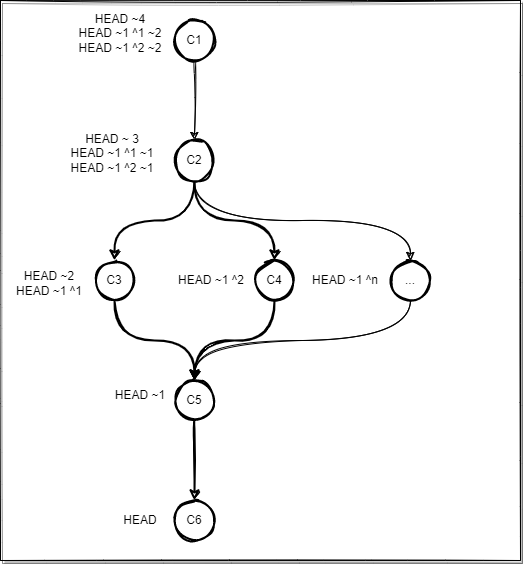
Above: Assets/images/git-selectors.drawio.png in braboj/tutorial-git (draw.io), before the change. Source tidied: cells renumbered, new cells last; positions are measured from the earlier drawing's top-left corner, leaving out a move shared by most shapes.
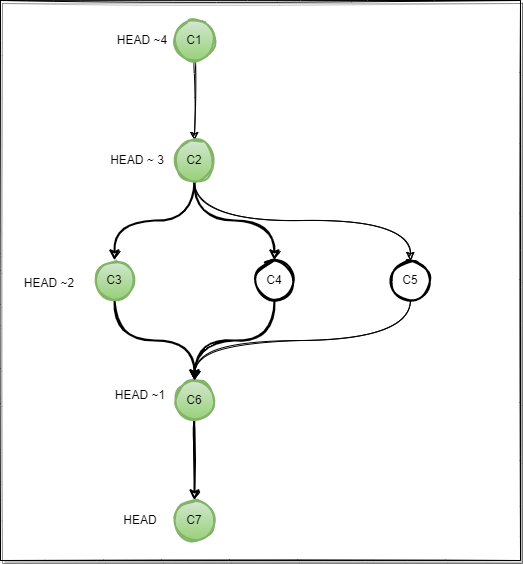
Above is the later version.

Change to the diagram source:
```diff
@@ -17,13 +17,13 @@
     <mxCell id="6" style="edgeStyle=orthogonalEdgeStyle;jettySize=auto;html=1;entryX=0.5;entryY=0;entryDx=0;entryDy=0;exitX=0.5;exitY=1;exitDx=0;exitDy=0;sketch=1;curved=1;" parent="1" edge="1" source="7" target="23">
       <mxGeometry relative="1" as="geometry" />
     </mxCell>
-    <mxCell id="7" value="C2" style="ellipse;whiteSpace=wrap;html=1;strokeWidth=2;shadow=0;sketch=1;" parent="1" vertex="1">
+    <mxCell id="7" value="C2" style="ellipse;whiteSpace=wrap;html=1;strokeWidth=2;shadow=0;sketch=1;fillColor=#d5e8d4;gradientColor=#97d077;strokeColor=#82b366;" parent="1" vertex="1">
       <mxGeometry x="174" y="140" width="40" height="40" as="geometry" />
     </mxCell>
     <mxCell id="8" style="edgeStyle=orthogonalEdgeStyle;jettySize=auto;html=1;exitX=0.5;exitY=1;exitDx=0;exitDy=0;strokeWidth=2;sketch=1;curved=1;" parent="1" edge="1" source="9" target="13">
       <mxGeometry relative="1" as="geometry" />
     </mxCell>
-    <mxCell id="9" value="C3" style="ellipse;whiteSpace=wrap;html=1;strokeWidth=2;sketch=1;" parent="1" vertex="1">
+    <mxCell id="9" value="C3" style="ellipse;whiteSpace=wrap;html=1;strokeWidth=2;sketch=1;fillColor=#d5e8d4;gradientColor=#97d077;strokeColor=#82b366;" parent="1" vertex="1">
       <mxGeometry x="94" y="260" width="40" height="40" as="geometry" />
     </mxCell>
     <mxCell id="10" style="edgeStyle=orthogonalEdgeStyle;jettySize=auto;html=1;exitX=0.5;exitY=1;exitDx=0;exitDy=0;strokeWidth=2;sketch=1;curved=1;" parent="1" edge="1" source="11">
@@ -37,13 +37,13 @@
     <mxCell id="12" style="edgeStyle=orthogonalEdgeStyle;jettySize=auto;html=1;strokeWidth=2;sketch=1;curved=1;" parent="1" edge="1" source="13" target="14">
       <mxGeometry relative="1" as="geometry" />
     </mxCell>
-    <mxCell id="13" value="C5" style="ellipse;whiteSpace=wrap;html=1;strokeWidth=2;sketch=1;" parent="1" vertex="1">
+    <mxCell id="13" value="C6" style="ellipse;whiteSpace=wrap;html=1;strokeWidth=2;sketch=1;fillColor=#d5e8d4;gradientColor=#97d077;strokeColor=#82b366;" parent="1" vertex="1">
       <mxGeometry x="174" y="380" width="40" height="40" as="geometry" />
     </mxCell>
-    <mxCell id="14" value="C6" style="ellipse;whiteSpace=wrap;html=1;strokeWidth=2;sketch=1;" parent="1" vertex="1">
+    <mxCell id="14" value="C7" style="ellipse;whiteSpace=wrap;html=1;strokeWidth=2;sketch=1;fillColor=#d5e8d4;gradientColor=#97d077;strokeColor=#82b366;" parent="1" vertex="1">
       <mxGeometry x="174" y="500" width="40" height="40" as="geometry" />
     </mxCell>
-    <mxCell id="15" value="C1" style="ellipse;whiteSpace=wrap;html=1;strokeWidth=2;shadow=0;sketch=1;" parent="1" vertex="1">
+    <mxCell id="15" value="C1" style="ellipse;whiteSpace=wrap;html=1;strokeWidth=2;shadow=0;sketch=1;fillColor=#d5e8d4;gradientColor=#97d077;strokeColor=#82b366;" parent="1" vertex="1">
       <mxGeometry x="174" y="20" width="40" height="40" as="geometry" />
     </mxCell>
     <mxCell id="16" value="HEAD" style="text;html=1;strokeColor=none;fillColor=none;align=center;verticalAlign=middle;whiteSpace=wrap;sketch=1;" parent="1" vertex="1">
@@ -52,17 +52,14 @@
     <mxCell id="17" value="HEAD ~1" style="text;html=1;strokeColor=none;fillColor=none;align=center;verticalAlign=middle;whiteSpace=wrap;sketch=1;" parent="1" vertex="1">
       <mxGeometry x="110" y="380" width="60" height="30" as="geometry" />
     </mxCell>
-    <mxCell id="18" value="HEAD ~2&lt;br&gt;HEAD ~1 ^1" style="text;html=1;strokeColor=none;fillColor=none;align=center;verticalAlign=middle;whiteSpace=wrap;sketch=1;" parent="1" vertex="1">
+    <mxCell id="18" value="HEAD ~2" style="text;html=1;strokeColor=none;fillColor=none;align=center;verticalAlign=middle;whiteSpace=wrap;sketch=1;" parent="1" vertex="1">
       <mxGeometry x="4" y="265" width="90" height="35" as="geometry" />
     </mxCell>
-    <mxCell id="19" value="HEAD ~1 ^2" style="text;html=1;strokeColor=none;fillColor=none;align=center;verticalAlign=middle;whiteSpace=wrap;sketch=1;" parent="1" vertex="1">
-      <mxGeometry x="174" y="265" width="74" height="30" as="geometry" />
-    </mxCell>
-    <mxCell id="20" value="HEAD ~ 3&lt;br&gt;HEAD ~1 ^1 ~1&lt;br&gt;HEAD ~1 ^2 ~1" style="text;html=1;strokeColor=none;fillColor=none;align=center;verticalAlign=middle;whiteSpace=wrap;sketch=1;" parent="1" vertex="1">
-      <mxGeometry x="60" y="130" width="104" height="45" as="geometry" />
+    <mxCell id="20" value="HEAD ~ 3" style="text;html=1;strokeColor=none;fillColor=none;align=center;verticalAlign=middle;whiteSpace=wrap;sketch=1;" parent="1" vertex="1">
+      <mxGeometry x="100" y="145" width="74" height="30" as="geometry" />
     </mxCell>
-    <mxCell id="21" value="HEAD ~4&lt;br&gt;HEAD ~1 ^1 ~2&lt;br&gt;HEAD ~1 ^2 ~2" style="text;html=1;strokeColor=none;fillColor=none;align=center;verticalAlign=middle;whiteSpace=wrap;sketch=1;" parent="1" vertex="1">
-      <mxGeometry x="70" y="10" width="100" height="45" as="geometry" />
+    <mxCell id="21" value="HEAD ~4&lt;br&gt;" style="text;html=1;strokeColor=none;fillColor=none;align=center;verticalAlign=middle;whiteSpace=wrap;sketch=1;" parent="1" vertex="1">
+      <mxGeometry x="110" y="30" width="64" height="20" as="geometry" />
     </mxCell>
     <mxCell id="22" style="edgeStyle=orthogonalEdgeStyle;jettySize=auto;html=1;entryX=0.5;entryY=0;entryDx=0;entryDy=0;sketch=1;curved=1;" parent="1" edge="1" source="23" target="13">
       <mxGeometry relative="1" as="geometry">
@@ -72,11 +69,8 @@
         </Array>
       </mxGeometry>
     </mxCell>
-    <mxCell id="23" value="..." style="ellipse;whiteSpace=wrap;html=1;strokeWidth=2;sketch=1;" parent="1" vertex="1">
+    <mxCell id="23" value="C5" style="ellipse;whiteSpace=wrap;html=1;strokeWidth=2;sketch=1;" parent="1" vertex="1">
       <mxGeometry x="390" y="260" width="40" height="40" as="geometry" />
     </mxCell>
-    <mxCell id="24" value="HEAD ~1 ^n" style="text;html=1;strokeColor=none;fillColor=none;align=center;verticalAlign=middle;whiteSpace=wrap;sketch=1;" parent="1" vertex="1">
-      <mxGeometry x="310" y="265" width="70" height="30" as="geometry" />
-    </mxCell>
   </root>
 </mxGraphModel>
```
